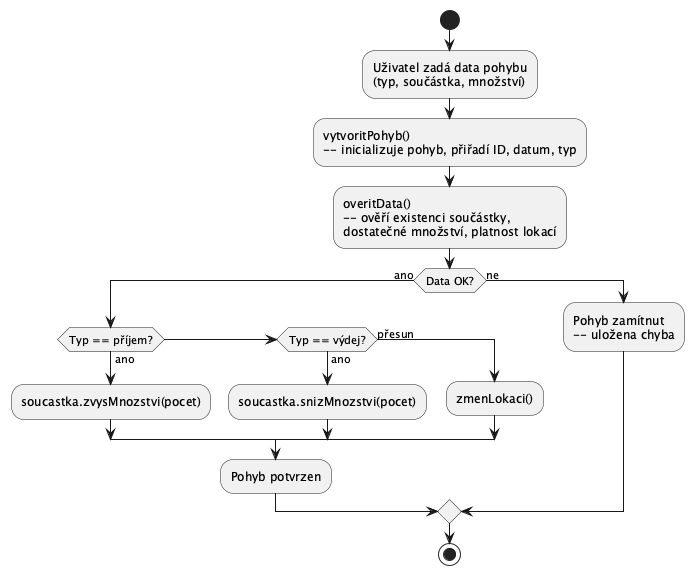
This is docs/images/12_activity_wms.png from lkvapil/wms-elektronicke-soucastky, a PlantUML export, as it was before one commit.
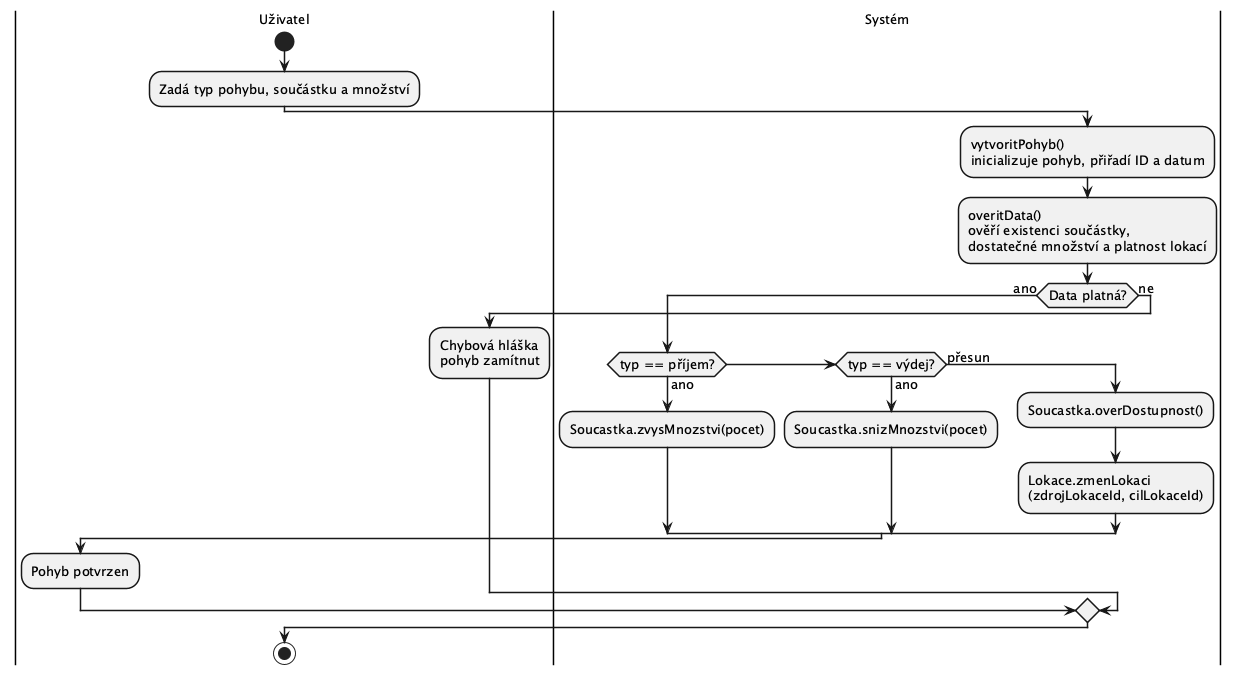
After the change.

Commit message:
docs: přepracování activity diagramu se swim lanes

The edit, as a diff of the source:
```diff
@@ -1,29 +1,35 @@
 @startuml
+skinparam defaultFontSize 13
+skinparam ActivityBorderThickness 1.5
+skinparam ArrowThickness 1.5
 
+|Uživatel|
 start
+:Zadá typ pohybu, součástku a množství;
 
-:Uživatel zadá data pohybu\n(typ, součástka, množství);
+|Systém|
+:vytvoritPohyb()\ninicializuje pohyb, přiřadí ID a datum;
 
-:vytvoritPohyb()\n-- inicializuje pohyb, přiřadí ID, datum, typ;
+:overitData()\nověří existenci součástky,\ndostatečné množství a platnost lokací;
 
-:overitData()\n-- ověří existenci součástky,\ndostatečné množství, platnost lokací;
+if (Data platná?) then (ano)
 
-if (Data OK?) then (ano)
-
-  if (Typ == příjem?) then (ano)
-    :soucastka.zvysMnozstvi(pocet);
-  elseif (Typ == výdej?) then (ano)
-    :soucastka.snizMnozstvi(pocet);
+  if (typ == příjem?) then (ano)
+    :Soucastka.zvysMnozstvi(pocet);
+  elseif (typ == výdej?) then (ano)
+    :Soucastka.snizMnozstvi(pocet);
   else (přesun)
-    :zmenLokaci();
+    :Soucastka.overDostupnost();
+    :Lokace.zmenLokaci\n(zdrojLokaceId, cilLokaceId);
   endif
 
+  |Uživatel|
   :Pohyb potvrzen;
 
 else (ne)
-  :Pohyb zamítnut\n-- uložena chyba;
+  |Uživatel|
+  :Chybová hláška\npohyb zamítnut;
 endif
 
 stop
-
 @enduml
```
